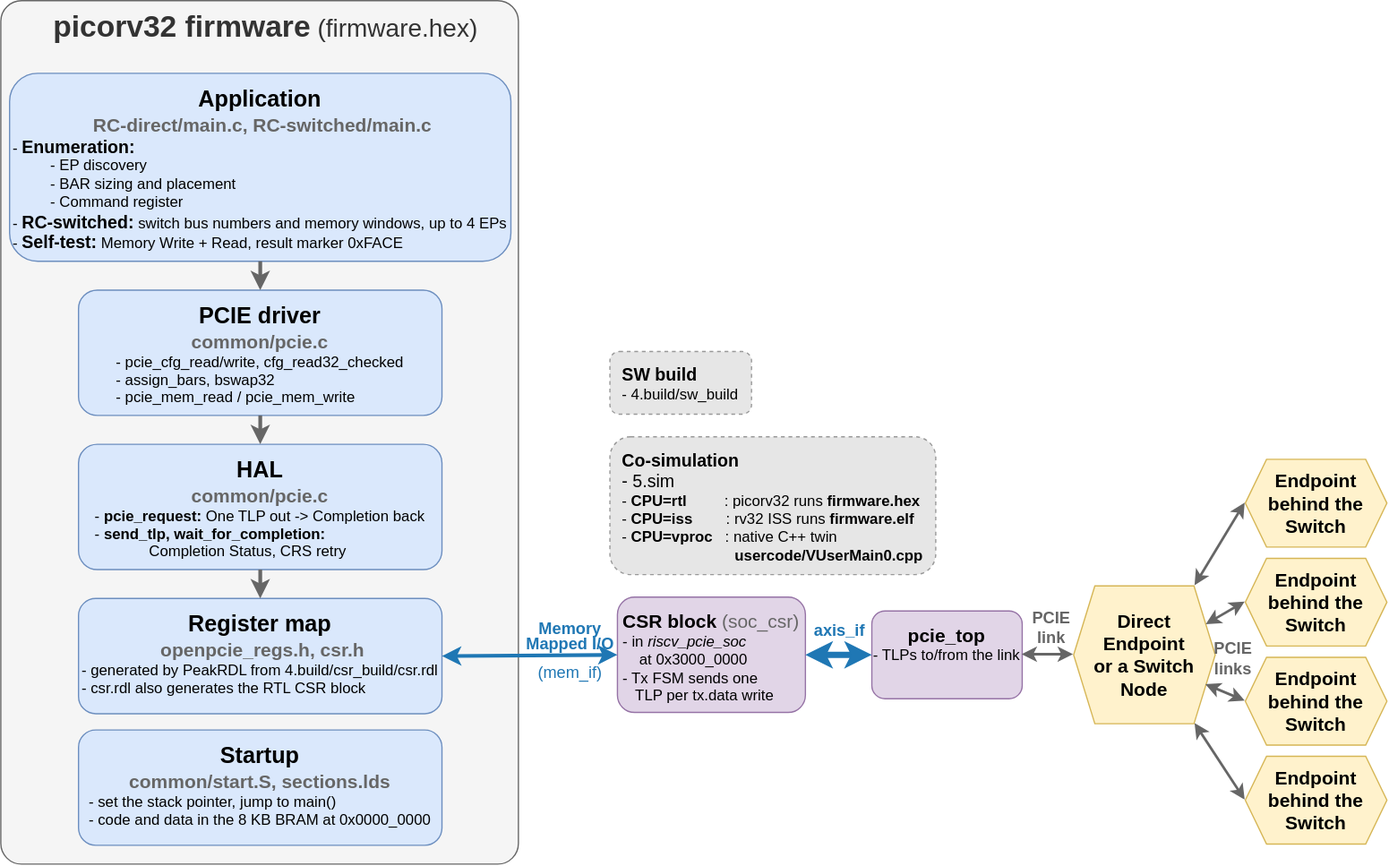
Before: 0.doc/3.sw/sw-structure.drawio.svg, a diagram exported from draw.io (chili-chips-ba/openPCIE). Source tidied: cells renumbered, new cells last; positions are measured from the earlier drawing's top-left corner, leaving out a move shared by most shapes.
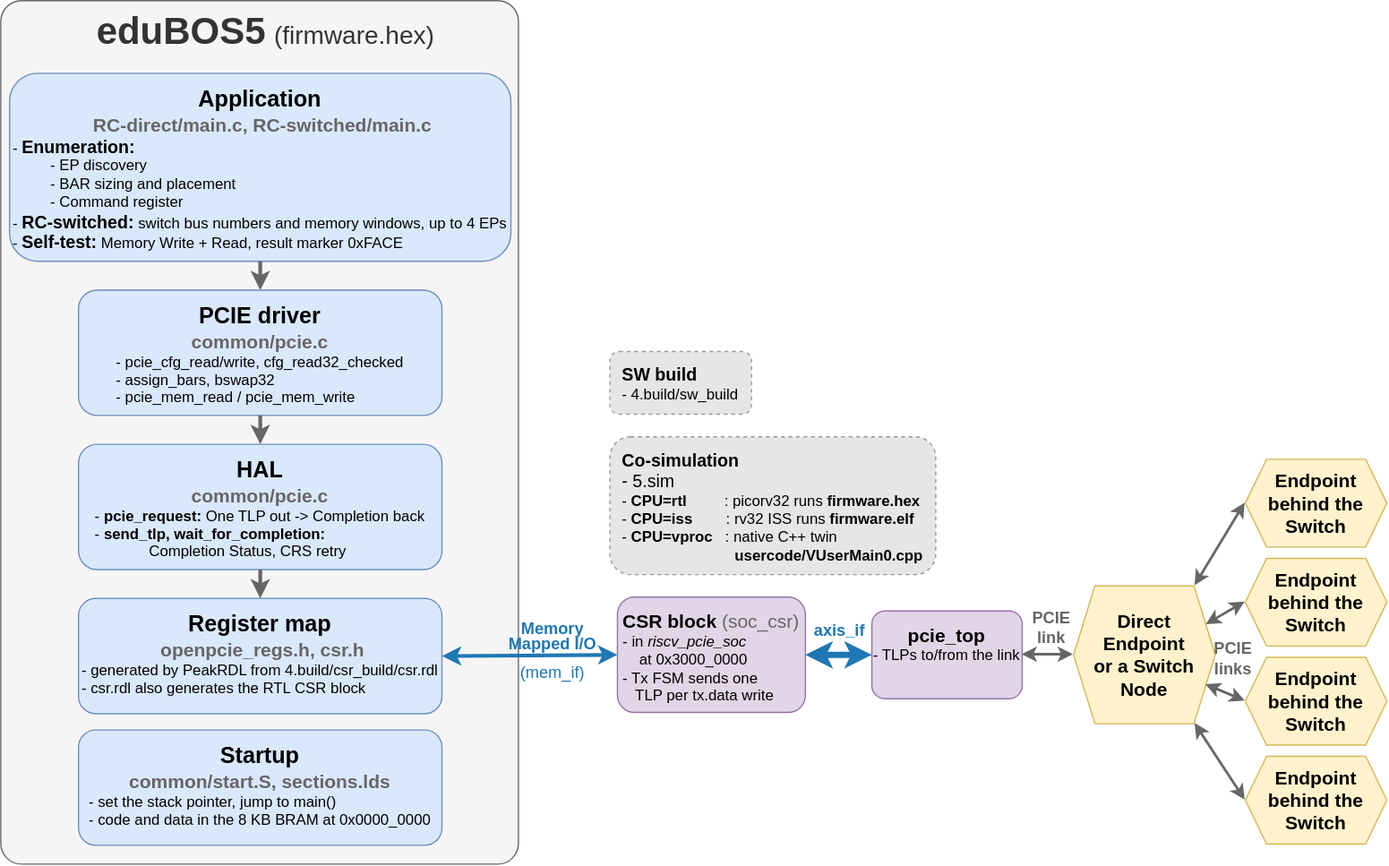
The same diagram one commit later.

Diff of the diagram source:
```diff
@@ -2,7 +2,7 @@
   <root>
     <mxCell id="0" />
     <mxCell id="1" parent="0" />
-    <mxCell id="2" value="&lt;div&gt;&lt;font style=&quot;background-color: transparent; color: rgb(51, 51, 51); font-size: 24px;&quot;&gt;picorv32 firmware&lt;/font&gt;&lt;font style=&quot;background-color: transparent; font-size: 20px; color: rgb(51, 51, 51);&quot;&gt; &lt;span style=&quot;font-weight: normal;&quot;&gt;(firmware.hex)&lt;/span&gt;&lt;/font&gt;&lt;/div&gt;" style="rounded=1;arcSize=4;whiteSpace=wrap;html=1;fillColor=#f5f5f5;strokeColor=#666666;fontStyle=1;verticalAlign=top;align=center;spacingLeft=10;" parent="1" vertex="1">
+    <mxCell id="2" value="&lt;div&gt;&lt;font style=&quot;background-color: transparent; color: rgb(51, 51, 51); font-size: 30px;&quot;&gt;eduBOS5&lt;/font&gt;&lt;font style=&quot;background-color: transparent; color: rgb(51, 51, 51); font-size: 24px;&quot;&gt;&amp;nbsp;&lt;/font&gt;&lt;font style=&quot;background-color: transparent; font-size: 20px; color: rgb(51, 51, 51);&quot;&gt;&lt;span style=&quot;font-weight: normal;&quot;&gt;(firmware.hex)&lt;/span&gt;&lt;/font&gt;&lt;/div&gt;" style="rounded=1;arcSize=4;whiteSpace=wrap;html=1;fillColor=#f5f5f5;strokeColor=#666666;fontStyle=1;verticalAlign=top;align=center;spacingLeft=10;" parent="1" vertex="1">
       <mxGeometry width="413" height="689" as="geometry" />
     </mxCell>
     <mxCell id="3" value="&lt;b&gt;&lt;font style=&quot;font-size: 18px;&quot;&gt;Application&lt;/font&gt;&lt;/b&gt;&lt;div&gt;&lt;b&gt;&lt;font style=&quot;font-size: 15px; color: rgb(102, 102, 102);&quot;&gt;&amp;nbsp;RC-direct/main.c, RC-switched/main.c&lt;/font&gt;&lt;/b&gt;&lt;div style=&quot;text-align: left;&quot;&gt;- &lt;font style=&quot;font-size: 14px;&quot;&gt;&lt;b style=&quot;&quot;&gt;Enumeration:&lt;/b&gt;&lt;/font&gt;&lt;/div&gt;&lt;div style=&quot;text-align: left;&quot;&gt;&amp;nbsp; &amp;nbsp; &amp;nbsp; &amp;nbsp; &amp;nbsp;- EP discovery&lt;/div&gt;&lt;div style=&quot;text-align: left;&quot;&gt;&amp;nbsp; &amp;nbsp; &amp;nbsp; &amp;nbsp; &amp;nbsp;- BAR sizing and placement&lt;/div&gt;&lt;div style=&quot;text-align: left;&quot;&gt;&amp;nbsp; &amp;nbsp; &amp;nbsp; &amp;nbsp; &amp;nbsp;- Command register&lt;br&gt;- &lt;b&gt;&lt;font style=&quot;font-size: 14px;&quot;&gt;RC-switched:&lt;/font&gt;&lt;/b&gt; switch bus numbers and memory windows, up to 4 EPs&lt;br&gt;- &lt;b&gt;&lt;font style=&quot;font-size: 14px;&quot;&gt;Self-test:&lt;/font&gt;&lt;/b&gt; Memory Write + Read, result marker 0xFACE&lt;/div&gt;&lt;/div&gt;" style="rounded=1;whiteSpace=wrap;html=1;fillColor=#dae8fc;strokeColor=#6c8ebf;align=center;verticalAlign=top;spacingTop=4;" parent="1" vertex="1">
@@ -39,7 +39,7 @@
       <mxGeometry x="856" y="467" width="113" height="110" as="geometry" />
     </mxCell>
     <mxCell id="14" value="&lt;div style=&quot;line-height: 90%;&quot;&gt;Memory&lt;div&gt;Mapped I/O&lt;div&gt;&lt;font style=&quot;font-size: 7px; line-height: 90%;&quot;&gt;&amp;nbsp; &amp;nbsp;&lt;/font&gt;&lt;br&gt;&lt;div&gt;&lt;span style=&quot;font-weight: normal;&quot;&gt;(mem_if)&lt;/span&gt;&lt;/div&gt;&lt;/div&gt;&lt;/div&gt;&lt;/div&gt;" style="endArrow=classic;html=1;strokeWidth=3;strokeColor=#1f77b4;fontColor=#1f77b4;labelBackgroundColor=none;fontStyle=1;fontSize=13;startArrow=classic;entryX=0;entryY=0.5;entryDx=0;entryDy=0;exitX=1;exitY=0.5;exitDx=0;exitDy=0;" parent="1" edge="1" source="6" target="11">
-      <mxGeometry x="0.46" y="3" relative="1" as="geometry" />
+      <mxGeometry x="0.26" y="3" relative="1" as="geometry" />
     </mxCell>
     <mxCell id="15" value="axis_if" style="endArrow=classic;html=1;strokeWidth=5;strokeColor=#1f77b4;fontColor=#1f77b4;labelBackgroundColor=none;fontStyle=1;fontSize=13;startArrow=classic;entryX=0;entryY=0.5;entryDx=0;entryDy=0;" parent="1" edge="1" source="11" target="12">
       <mxGeometry y="20" relative="1" as="geometry" />
```
